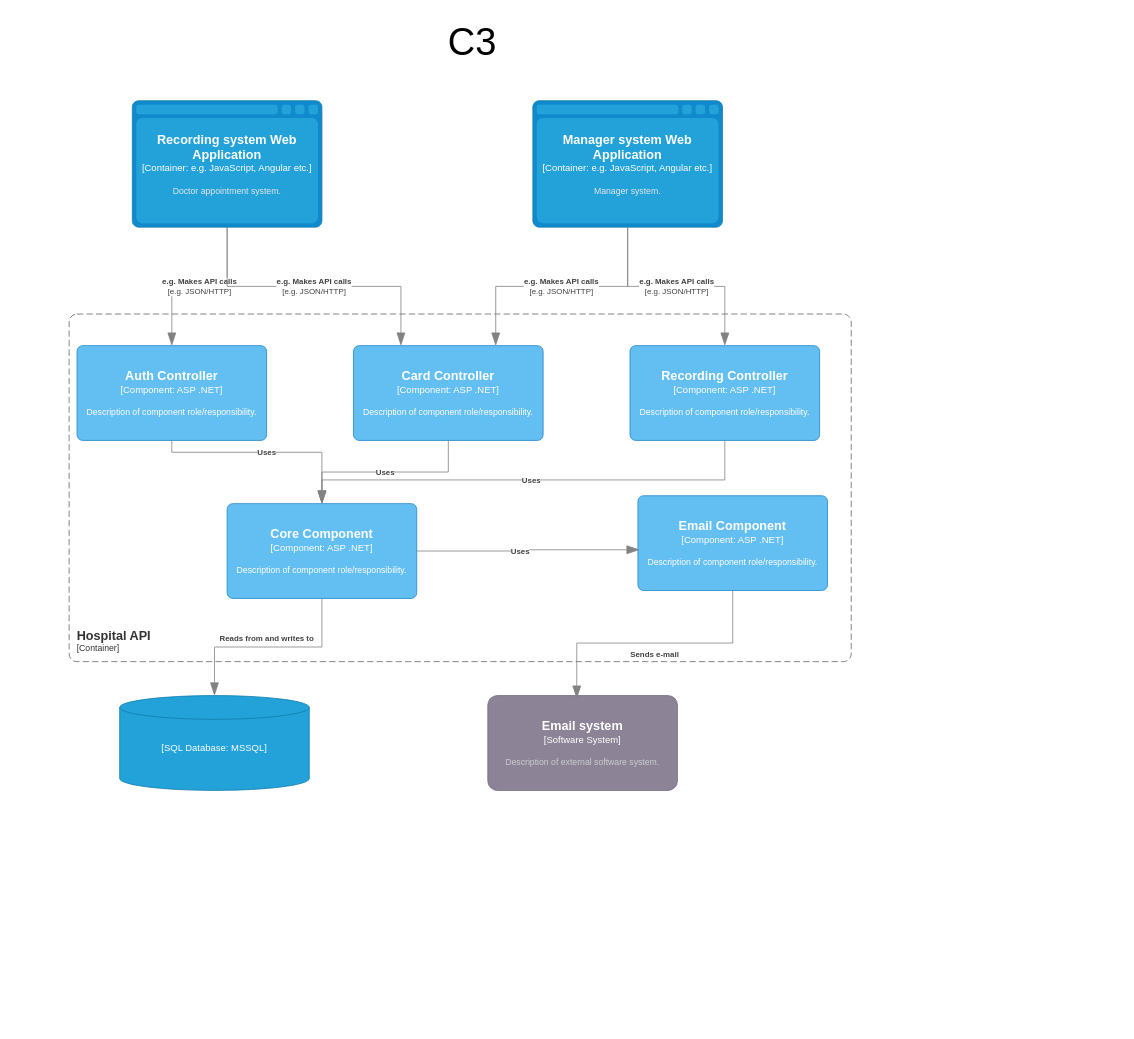
Before: page "C3" (4 of 5) of Diagrams/C4.drawio in doomer2004/Hospital-system., a draw.io diagram. Source tidied: cells renumbered, new cells numbered last; positions are measured from the earlier drawing's top-left corner, leaving out a move shared by most shapes. Both pictures are drawn from the tidied source at 79%, with x=0, y=0 at pixel (69, 13).
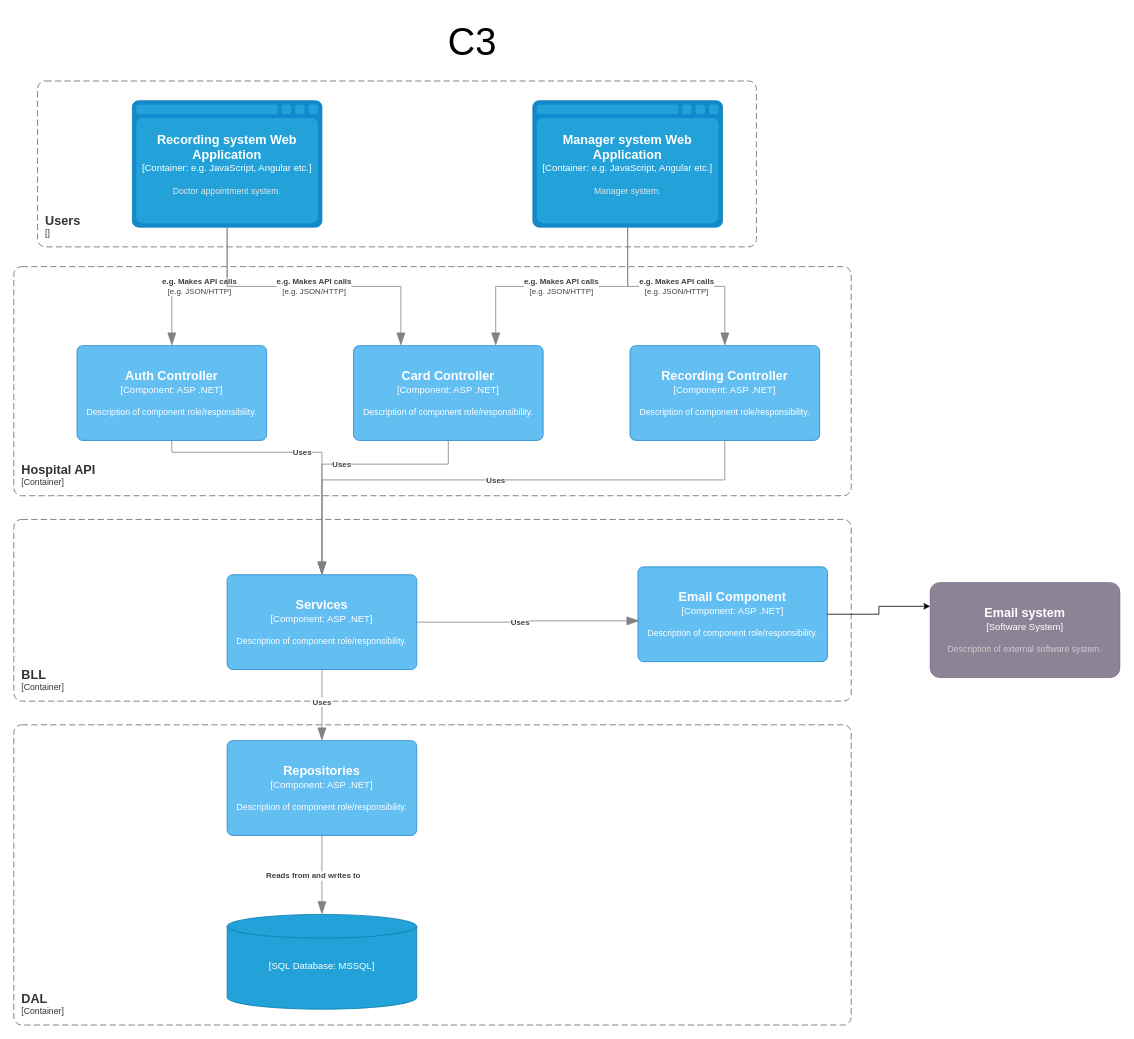
The same page after the edit.

The change refers to these unchanged cells:
```xml
<object id="4" label="&lt;font style=&quot;font-size: 16px&quot;&gt;&lt;b&gt;%c4Type%&lt;/b&gt;&lt;/font&gt;&lt;div&gt;[%c4Container%:&amp;nbsp;%c4Technology%]&lt;/div&gt;&lt;br&gt;&lt;div&gt;&lt;font style=&quot;font-size: 11px&quot;&gt;&lt;font color=&quot;#E6E6E6&quot;&gt;%c4Description%&lt;/font&gt;&lt;/div&gt;" c4Container="Container" c4Description="Manager system." c4Technology="e.g. JavaScript, Angular etc." c4Type="Manager system Web Application" placeholders="1">
  <mxCell style="shape=mxgraph.c4.webBrowserContainer2;whiteSpace=wrap;html=1;boundedLbl=1;rounded=0;labelBackgroundColor=none;strokeColor=#118ACD;fillColor=#23A2D9;strokeColor=#118ACD;strokeColor2=#0E7DAD;fontSize=12;fontColor=#ffffff;align=center;points=[[0.5,0,0],[1,0.25,0],[1,0.5,0],[1,0.75,0],[0.5,1,0],[0,0.75,0],[0,0.5,0],[0,0.25,0]];" parent="1" vertex="1">
    <mxGeometry x="587" y="110" width="240" height="160" as="geometry" />
  </mxCell>
</object>
<object id="7" label="&lt;font style=&quot;font-size: 16px&quot;&gt;&lt;b&gt;%c4Name%&lt;/b&gt;&lt;/font&gt;&lt;div&gt;[%c4Type%: %c4Technology%]&lt;/div&gt;&lt;br&gt;&lt;div&gt;&lt;font style=&quot;font-size: 11px&quot;&gt;%c4Description%&lt;/font&gt;&lt;/div&gt;" c4Description="Description of component role/responsibility." c4Name="Card Controller" c4Technology="ASP .NET" c4Type="Component" placeholders="1">
  <mxCell style="rounded=1;whiteSpace=wrap;html=1;labelBackgroundColor=none;fillColor=#63BEF2;fontColor=#ffffff;align=center;arcSize=6;strokeColor=#2086C9;points=[[0.25,0,0],[0.5,0,0],[0.75,0,0],[1,0.25,0],[1,0.5,0],[1,0.75,0],[0.75,1,0],[0.5,1,0],[0.25,1,0],[0,0.75,0],[0,0.5,0],[0,0.25,0]];" parent="1" vertex="1">
    <mxGeometry x="360" y="420" width="240" height="120" as="geometry" />
  </mxCell>
</object>
```

Diff of the diagram source:
```diff
@@
-    <object id="5" label="&lt;font style=&quot;font-size: 16px&quot;&gt;&lt;b&gt;&lt;div style=&quot;text-align: left&quot;&gt;%c4Name%&lt;/div&gt;&lt;/b&gt;&lt;/font&gt;&lt;div style=&quot;text-align: left&quot;&gt;[%c4Application%]&lt;/div&gt;" c4Application="Container" c4Name="Hospital API" placeholders="1">
-      <mxCell style="rounded=1;fontSize=11;whiteSpace=wrap;html=1;dashed=1;arcSize=20;fillColor=none;strokeColor=#666666;fontColor=#333333;labelBackgroundColor=none;align=left;verticalAlign=bottom;labelBorderColor=none;spacingTop=0;spacing=10;dashPattern=8 4;perimeter=rectanglePerimeter;noLabel=0;labelPadding=0;absoluteArcSize=1;" parent="1" vertex="1">
-        <mxGeometry y="380" width="990" height="440" as="geometry" />
-      </mxCell>
-    </object>
@@
-    <object id="9" label="&lt;font style=&quot;font-size: 16px&quot;&gt;&lt;b&gt;%c4Name%&lt;/b&gt;&lt;/font&gt;&lt;div&gt;[%c4Type%: %c4Technology%]&lt;/div&gt;&lt;br&gt;&lt;div&gt;&lt;font style=&quot;font-size: 11px&quot;&gt;%c4Description%&lt;/font&gt;&lt;/div&gt;" c4Description="Description of component role/responsibility." c4Name="Core Component" c4Technology="ASP .NET" c4Type="Component" placeholders="1">
+    <object id="9" label="&lt;font style=&quot;font-size: 16px&quot;&gt;&lt;b&gt;%c4Name%&lt;/b&gt;&lt;/font&gt;&lt;div&gt;[%c4Type%: %c4Technology%]&lt;/div&gt;&lt;br&gt;&lt;div&gt;&lt;font style=&quot;font-size: 11px&quot;&gt;%c4Description%&lt;/font&gt;&lt;/div&gt;" c4Description="Description of component role/responsibility." c4Name="Services" c4Technology="ASP .NET" c4Type="Component" placeholders="1">
       <mxCell style="rounded=1;whiteSpace=wrap;html=1;labelBackgroundColor=none;fillColor=#63BEF2;fontColor=#ffffff;align=center;arcSize=6;strokeColor=#2086C9;points=[[0.25,0,0],[0.5,0,0],[0.75,0,0],[1,0.25,0],[1,0.5,0],[1,0.75,0],[0.75,1,0],[0.5,1,0],[0.25,1,0],[0,0.75,0],[0,0.5,0],[0,0.25,0]];" parent="1" vertex="1">
-        <mxGeometry x="200" y="620" width="240" height="120" as="geometry" />
+        <mxGeometry x="200" y="710" width="240" height="120" as="geometry" />
       </mxCell>
     </object>
     <object id="10" label="&lt;font style=&quot;font-size: 16px&quot;&gt;&lt;b&gt;%c4Name%&lt;/b&gt;&lt;/font&gt;&lt;div&gt;[%c4Type%: %c4Technology%]&lt;/div&gt;&lt;br&gt;&lt;div&gt;&lt;font style=&quot;font-size: 11px&quot;&gt;%c4Description%&lt;/font&gt;&lt;/div&gt;" c4Description="Description of component role/responsibility." c4Name="Email Component" c4Technology="ASP .NET" c4Type="Component" placeholders="1">
       <mxCell style="rounded=1;whiteSpace=wrap;html=1;labelBackgroundColor=none;fillColor=#63BEF2;fontColor=#ffffff;align=center;arcSize=6;strokeColor=#2086C9;points=[[0.25,0,0],[0.5,0,0],[0.75,0,0],[1,0.25,0],[1,0.5,0],[1,0.75,0],[0.75,1,0],[0.5,1,0],[0.25,1,0],[0,0.75,0],[0,0.5,0],[0,0.25,0]];" parent="1" vertex="1">
-        <mxGeometry x="720" y="610" width="240" height="120" as="geometry" />
+        <mxGeometry x="720" y="700" width="240" height="120" as="geometry" />
       </mxCell>
     </object>
     <object id="11" label="&lt;font style=&quot;font-size: 16px&quot;&gt;&lt;b&gt;%c4Type%&lt;/b&gt;&lt;/font&gt;&lt;div&gt;[%c4Container%:&amp;nbsp;%c4Technology%]&lt;/div&gt;&lt;br&gt;&lt;div&gt;&lt;font style=&quot;font-size: 11px&quot;&gt;&lt;font color=&quot;#E6E6E6&quot;&gt;%c4Description%&lt;/font&gt;&lt;/div&gt;" c4Container="SQL Database" c4Description="" c4Technology="MSSQL" c4Type="" placeholders="1">
       <mxCell style="shape=cylinder3;size=15;whiteSpace=wrap;html=1;boundedLbl=1;rounded=0;labelBackgroundColor=none;fillColor=#23A2D9;fontSize=12;fontColor=#ffffff;align=center;strokeColor=#0E7DAD;points=[[0.5,0,0],[1,0.25,0],[1,0.5,0],[1,0.75,0],[0.5,1,0],[0,0.75,0],[0,0.5,0],[0,0.25,0]];" parent="1" vertex="1">
-        <mxGeometry x="64" y="863" width="240" height="120" as="geometry" />
+        <mxGeometry x="200" y="1140" width="240" height="120" as="geometry" />
       </mxCell>
     </object>
     <object id="12" label="&lt;font style=&quot;font-size: 16px&quot;&gt;&lt;b&gt;%c4Name%&lt;/b&gt;&lt;/font&gt;&lt;div&gt;[%c4Type%]&lt;/div&gt;&lt;br&gt;&lt;div&gt;&lt;font style=&quot;font-size: 11px&quot;&gt;&lt;font color=&quot;#cccccc&quot;&gt;%c4Description%&lt;/font&gt;&lt;/div&gt;" c4Description="Description of external software system." c4Name="Email system" c4Type="Software System" placeholders="1">
       <mxCell style="rounded=1;whiteSpace=wrap;html=1;labelBackgroundColor=none;fillColor=#8C8496;fontColor=#ffffff;align=center;arcSize=10;strokeColor=#736782;points=[[0.25,0,0],[0.5,0,0],[0.75,0,0],[1,0.25,0],[1,0.5,0],[1,0.75,0],[0.75,1,0],[0.5,1,0],[0.25,1,0],[0,0.75,0],[0,0.5,0],[0,0.25,0]];" parent="1" vertex="1">
-        <mxGeometry x="530" y="863" width="240" height="120" as="geometry" />
+        <mxGeometry x="1090" y="720" width="240" height="120" as="geometry" />
       </mxCell>
     </object>
@@
     <object id="17" label="&lt;div style=&quot;text-align: left&quot;&gt;&lt;div style=&quot;text-align: center&quot;&gt;&lt;b&gt;%c4Description%&lt;/b&gt;&lt;/div&gt;" c4Description="Uses" placeholders="1">
       <mxCell style="endArrow=blockThin;html=1;fontSize=10;fontColor=#404040;strokeWidth=1;endFill=1;strokeColor=#828282;elbow=vertical;endSize=14;startSize=14;jumpStyle=arc;jumpSize=16;rounded=0;edgeStyle=orthogonalEdgeStyle;exitX=0.5;exitY=1;exitDx=0;exitDy=0;exitPerimeter=0;entryX=0.5;entryY=0;entryDx=0;entryDy=0;entryPerimeter=0;" parent="1" edge="1" source="7" target="9">
-        <mxGeometry relative="1" as="geometry" />
+        <mxGeometry relative="1" as="geometry">
+          <Array as="points">
+            <mxPoint x="480" y="570" />
+            <mxPoint x="320" y="570" />
+          </Array>
+        </mxGeometry>
       </mxCell>
     </object>
@@
     <object id="20" label="&lt;div style=&quot;text-align: left&quot;&gt;&lt;div style=&quot;text-align: center&quot;&gt;&lt;b&gt;%c4Description%&lt;/b&gt;&lt;/div&gt;" c4Description="Reads from and writes to" placeholders="1">
-      <mxCell style="endArrow=blockThin;html=1;fontSize=10;fontColor=#404040;strokeWidth=1;endFill=1;strokeColor=#828282;elbow=vertical;endSize=14;startSize=14;jumpStyle=arc;jumpSize=16;rounded=0;edgeStyle=orthogonalEdgeStyle;exitX=0.5;exitY=1;exitDx=0;exitDy=0;exitPerimeter=0;" parent="1" edge="1" source="9" target="11">
+      <mxCell style="endArrow=blockThin;html=1;fontSize=10;fontColor=#404040;strokeWidth=1;endFill=1;strokeColor=#828282;elbow=vertical;endSize=14;startSize=14;jumpStyle=arc;jumpSize=16;rounded=0;edgeStyle=orthogonalEdgeStyle;exitX=0.5;exitY=1;exitDx=0;exitDy=0;exitPerimeter=0;" parent="1" edge="1" source="26" target="11">
         <mxGeometry x="0.02" y="-11" relative="1" as="geometry" />
       </mxCell>
     </object>
+    <object id="22" label="&lt;div style=&quot;text-align: left&quot;&gt;&lt;div style=&quot;text-align: center&quot;&gt;&lt;b&gt;%c4Description%&lt;/b&gt;&lt;/div&gt;&lt;div style=&quot;text-align: center&quot;&gt;[%c4Technology%]&lt;/div&gt;&lt;/div&gt;" c4Description="e.g. Makes API calls" c4Technology="e.g. JSON/HTTP" placeholders="1">
+      <mxCell style="endArrow=blockThin;html=1;fontSize=10;fontColor=#404040;strokeWidth=1;endFill=1;strokeColor=#828282;elbow=vertical;endSize=14;startSize=14;jumpStyle=arc;jumpSize=16;rounded=0;edgeStyle=orthogonalEdgeStyle;exitX=0.5;exitY=1;exitDx=0;exitDy=0;exitPerimeter=0;entryX=0.75;entryY=0;entryDx=0;entryDy=0;entryPerimeter=0;" parent="1" edge="1" source="4" target="7">
+        <mxGeometry relative="1" as="geometry" />
+      </mxCell>
+    </object>
+    <object id="23" label="&lt;font style=&quot;font-size: 16px&quot;&gt;&lt;b&gt;&lt;div style=&quot;text-align: left&quot;&gt;%c4Name%&lt;/div&gt;&lt;/b&gt;&lt;/font&gt;&lt;div style=&quot;text-align: left&quot;&gt;[%c4Application%]&lt;/div&gt;" c4Application="" c4Name="Users" placeholders="1">
+      <mxCell style="rounded=1;fontSize=11;whiteSpace=wrap;html=1;dashed=1;arcSize=20;fillColor=none;strokeColor=#666666;fontColor=#333333;labelBackgroundColor=none;align=left;verticalAlign=bottom;labelBorderColor=none;spacingTop=0;spacing=10;dashPattern=8 4;perimeter=rectanglePerimeter;noLabel=0;labelPadding=0;absoluteArcSize=1;" parent="1" vertex="1">
+        <mxGeometry x="-40" y="85" width="910" height="210" as="geometry" />
+      </mxCell>
+    </object>
+    <object id="24" label="&lt;font style=&quot;font-size: 16px&quot;&gt;&lt;b&gt;&lt;div style=&quot;text-align: left&quot;&gt;%c4Name%&lt;/div&gt;&lt;/b&gt;&lt;/font&gt;&lt;div style=&quot;text-align: left&quot;&gt;[%c4Application%]&lt;/div&gt;" c4Application="Container" c4Name="BLL" placeholders="1">
+      <mxCell style="rounded=1;fontSize=11;whiteSpace=wrap;html=1;dashed=1;arcSize=20;fillColor=none;strokeColor=#666666;fontColor=#333333;labelBackgroundColor=none;align=left;verticalAlign=bottom;labelBorderColor=none;spacingTop=0;spacing=10;dashPattern=8 4;perimeter=rectanglePerimeter;noLabel=0;labelPadding=0;absoluteArcSize=1;" parent="1" vertex="1">
+        <mxGeometry x="-70" y="640" width="1060" height="230" as="geometry" />
+      </mxCell>
+    </object>
+    <object id="25" label="&lt;font style=&quot;font-size: 16px&quot;&gt;&lt;b&gt;&lt;div style=&quot;text-align: left&quot;&gt;%c4Name%&lt;/div&gt;&lt;/b&gt;&lt;/font&gt;&lt;div style=&quot;text-align: left&quot;&gt;[%c4Application%]&lt;/div&gt;" c4Application="Container" c4Name="DAL" placeholders="1">
+      <mxCell style="rounded=1;fontSize=11;whiteSpace=wrap;html=1;dashed=1;arcSize=20;fillColor=none;strokeColor=#666666;fontColor=#333333;labelBackgroundColor=none;align=left;verticalAlign=bottom;labelBorderColor=none;spacingTop=0;spacing=10;dashPattern=8 4;perimeter=rectanglePerimeter;noLabel=0;labelPadding=0;absoluteArcSize=1;" parent="1" vertex="1">
+        <mxGeometry x="-70" y="900" width="1060" height="380" as="geometry" />
+      </mxCell>
+    </object>
+    <object id="5" label="&lt;font style=&quot;font-size: 16px&quot;&gt;&lt;b&gt;&lt;div style=&quot;text-align: left&quot;&gt;%c4Name%&lt;/div&gt;&lt;/b&gt;&lt;/font&gt;&lt;div style=&quot;text-align: left&quot;&gt;[%c4Application%]&lt;/div&gt;" c4Application="Container" c4Name="Hospital API" placeholders="1">
+      <mxCell style="rounded=1;fontSize=11;whiteSpace=wrap;html=1;dashed=1;arcSize=20;fillColor=none;strokeColor=#666666;fontColor=#333333;labelBackgroundColor=none;align=left;verticalAlign=bottom;labelBorderColor=none;spacingTop=0;spacing=10;dashPattern=8 4;perimeter=rectanglePerimeter;noLabel=0;labelPadding=0;absoluteArcSize=1;" parent="1" vertex="1">
+        <mxGeometry x="-70" y="320" width="1060" height="290" as="geometry" />
+      </mxCell>
+    </object>
-    <object id="21" label="&lt;div style=&quot;text-align: left&quot;&gt;&lt;div style=&quot;text-align: center&quot;&gt;&lt;b&gt;%c4Description%&lt;/b&gt;&lt;/div&gt;" c4Description="Sends e-mail" placeholders="1">
-      <mxCell style="endArrow=blockThin;html=1;fontSize=10;fontColor=#404040;strokeWidth=1;endFill=1;strokeColor=#828282;elbow=vertical;endSize=14;startSize=14;jumpStyle=arc;jumpSize=16;rounded=0;edgeStyle=orthogonalEdgeStyle;exitX=0.5;exitY=1;exitDx=0;exitDy=0;exitPerimeter=0;entryX=0.469;entryY=0.032;entryDx=0;entryDy=0;entryPerimeter=0;" parent="1" edge="1" source="10" target="12">
-        <mxGeometry y="14" relative="1" as="geometry">
-          <mxPoint x="1" as="offset" />
-        </mxGeometry>
-      </mxCell>
-    </object>
+    <mxCell id="21" style="edgeStyle=orthogonalEdgeStyle;rounded=0;jettySize=auto;html=1;exitX=1;exitY=0.5;exitDx=0;exitDy=0;exitPerimeter=0;entryX=0;entryY=0.25;entryDx=0;entryDy=0;entryPerimeter=0;" parent="1" edge="1" source="10" target="12">
+      <mxGeometry relative="1" as="geometry" />
+    </mxCell>
-    <object id="22" label="&lt;div style=&quot;text-align: left&quot;&gt;&lt;div style=&quot;text-align: center&quot;&gt;&lt;b&gt;%c4Description%&lt;/b&gt;&lt;/div&gt;&lt;div style=&quot;text-align: center&quot;&gt;[%c4Technology%]&lt;/div&gt;&lt;/div&gt;" c4Description="e.g. Makes API calls" c4Technology="e.g. JSON/HTTP" placeholders="1">
-      <mxCell style="endArrow=blockThin;html=1;fontSize=10;fontColor=#404040;strokeWidth=1;endFill=1;strokeColor=#828282;elbow=vertical;endSize=14;startSize=14;jumpStyle=arc;jumpSize=16;rounded=0;edgeStyle=orthogonalEdgeStyle;exitX=0.5;exitY=1;exitDx=0;exitDy=0;exitPerimeter=0;entryX=0.75;entryY=0;entryDx=0;entryDy=0;entryPerimeter=0;" parent="1" edge="1" source="4" target="7">
-        <mxGeometry relative="1" as="geometry" />
-      </mxCell>
-    </object>
+    <object id="26" label="&lt;font style=&quot;font-size: 16px&quot;&gt;&lt;b&gt;%c4Name%&lt;/b&gt;&lt;/font&gt;&lt;div&gt;[%c4Type%: %c4Technology%]&lt;/div&gt;&lt;br&gt;&lt;div&gt;&lt;font style=&quot;font-size: 11px&quot;&gt;%c4Description%&lt;/font&gt;&lt;/div&gt;" c4Description="Description of component role/responsibility." c4Name="Repositories" c4Technology="ASP .NET" c4Type="Component" placeholders="1">
+      <mxCell style="rounded=1;whiteSpace=wrap;html=1;labelBackgroundColor=none;fillColor=#63BEF2;fontColor=#ffffff;align=center;arcSize=6;strokeColor=#2086C9;points=[[0.25,0,0],[0.5,0,0],[0.75,0,0],[1,0.25,0],[1,0.5,0],[1,0.75,0],[0.75,1,0],[0.5,1,0],[0.25,1,0],[0,0.75,0],[0,0.5,0],[0,0.25,0]];" parent="1" vertex="1">
+        <mxGeometry x="200" y="920" width="240" height="120" as="geometry" />
+      </mxCell>
+    </object>
+    <object id="27" label="&lt;div style=&quot;text-align: left&quot;&gt;&lt;div style=&quot;text-align: center&quot;&gt;&lt;b&gt;%c4Description%&lt;/b&gt;&lt;/div&gt;" c4Description="Uses" placeholders="1">
+      <mxCell style="endArrow=blockThin;html=1;fontSize=10;fontColor=#404040;strokeWidth=1;endFill=1;strokeColor=#828282;elbow=vertical;endSize=14;startSize=14;jumpStyle=arc;jumpSize=16;rounded=0;edgeStyle=orthogonalEdgeStyle;exitX=0.5;exitY=1;exitDx=0;exitDy=0;exitPerimeter=0;" parent="1" edge="1" source="9" target="26">
+        <mxGeometry x="-0.08" relative="1" as="geometry" />
+      </mxCell>
+    </object>
```
